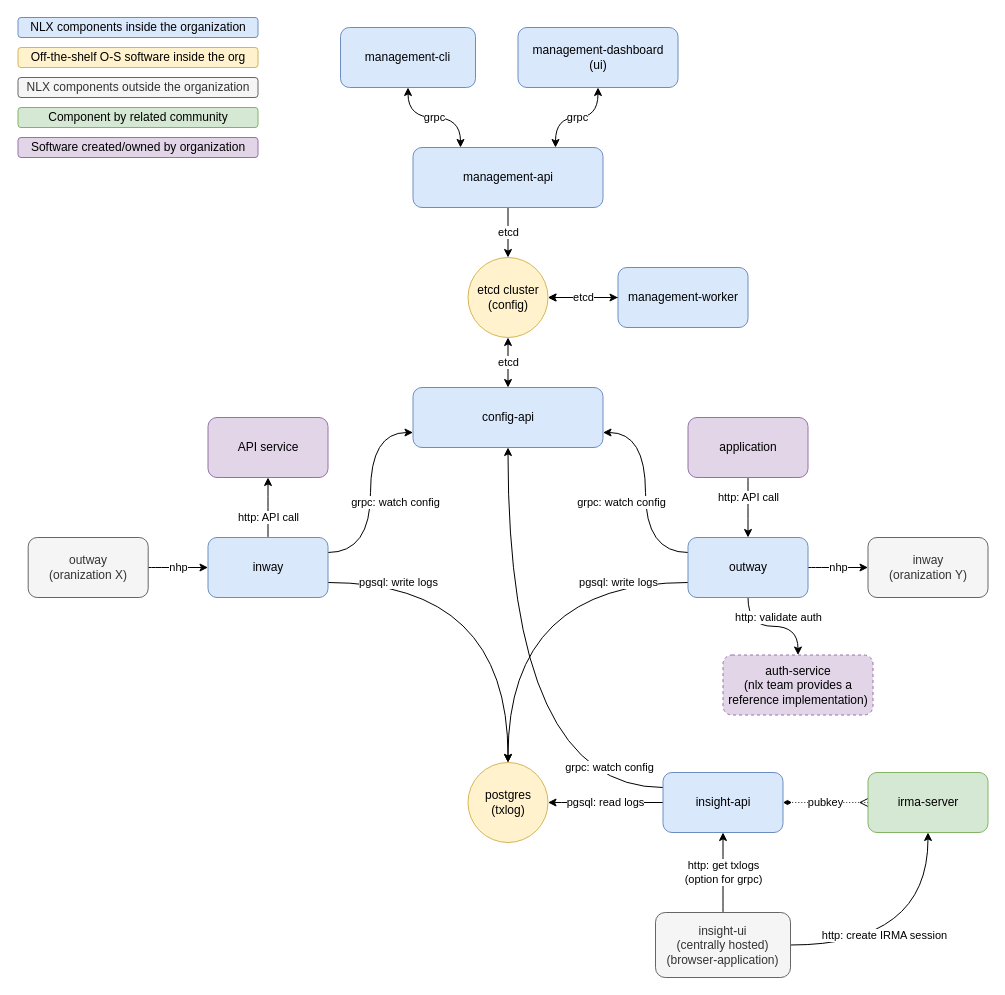
Earlier version of the draw.io diagram design/organization-overview.drawio (VNG-Realisatie/nlx). Source tidied: cells renumbered, new cells numbered last; positions are measured from the earlier drawing's top-left corner, leaving out a move shared by most shapes. Both pictures are drawn from the tidied source at 100%, with x=0, y=0 at pixel (18, 17).
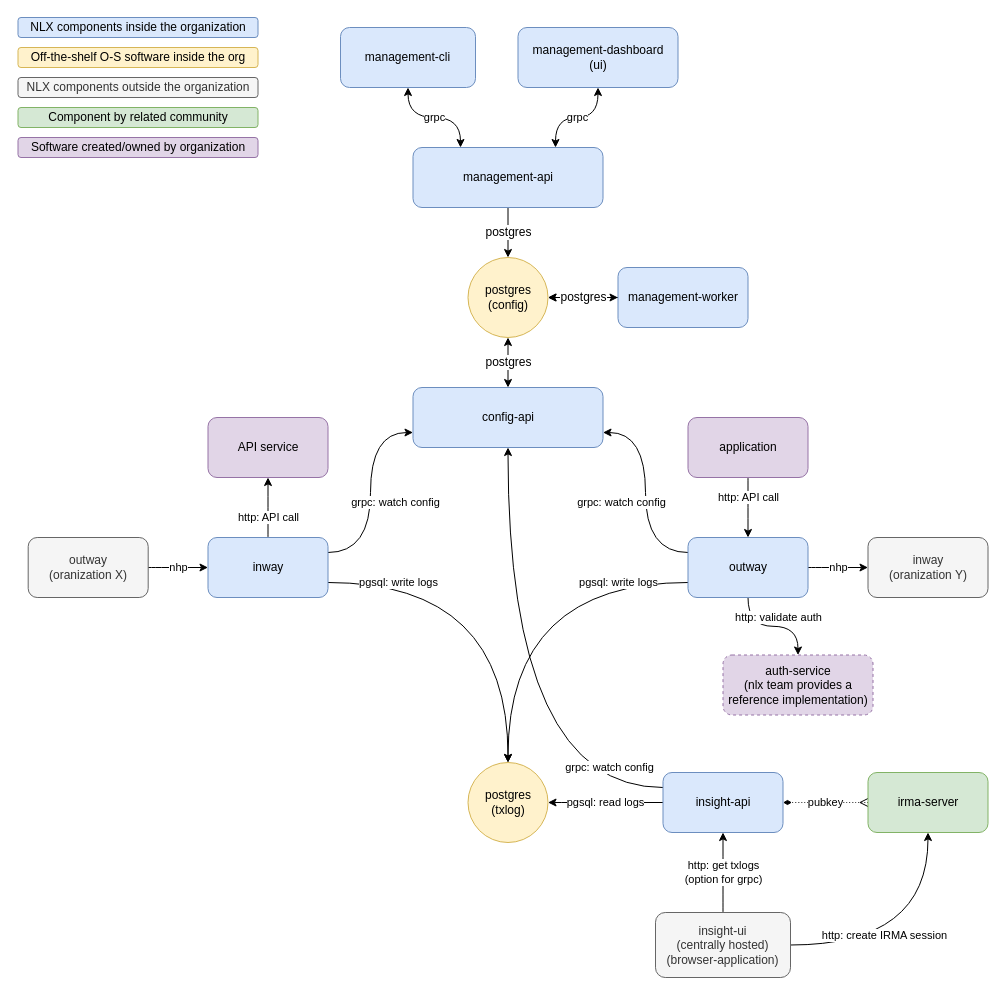
After the change.

The change refers to these unchanged cells:
```xml
<mxCell id="4" value="config-api" style="rounded=1;whiteSpace=wrap;html=1;fillColor=#dae8fc;strokeColor=#6c8ebf;" parent="1" vertex="1">
  <mxGeometry x="394.5" y="370" width="190" height="60" as="geometry" />
</mxCell>
<mxCell id="6" value="management-api" style="rounded=1;whiteSpace=wrap;html=1;fillColor=#dae8fc;strokeColor=#6c8ebf;" parent="1" vertex="1">
  <mxGeometry x="394.5" y="130" width="190" height="60" as="geometry" />
</mxCell>
<mxCell id="20" value="management-worker" style="rounded=1;whiteSpace=wrap;html=1;fillColor=#dae8fc;strokeColor=#6c8ebf;" parent="1" vertex="1">
  <mxGeometry x="599.5" y="250" width="130" height="60" as="geometry" />
</mxCell>
```

The edit, as a diff of the source:
```diff
@@
-    <mxCell id="5" value="etcd&lt;br&gt;" style="edgeStyle=orthogonalEdgeStyle;rounded=0;jettySize=auto;html=1;" parent="1" edge="1" source="6" target="8">
+    <mxCell id="5" value="&lt;span style=&quot;font-size: 12px&quot;&gt;postgres&lt;/span&gt;" style="edgeStyle=orthogonalEdgeStyle;rounded=0;jettySize=auto;html=1;" parent="1" edge="1" source="6" target="8">
       <mxGeometry relative="1" as="geometry" />
     </mxCell>
@@
-    <mxCell id="7" value="etcd" style="edgeStyle=orthogonalEdgeStyle;rounded=0;jettySize=auto;html=1;startArrow=classic;startFill=1;" parent="1" edge="1" source="8" target="4">
+    <mxCell id="7" value="&lt;span style=&quot;font-size: 12px&quot;&gt;postgres&lt;/span&gt;" style="edgeStyle=orthogonalEdgeStyle;rounded=0;jettySize=auto;html=1;startArrow=classic;startFill=1;" parent="1" edge="1" source="8" target="4">
       <mxGeometry relative="1" as="geometry" />
     </mxCell>
-    <mxCell id="8" value="etcd cluster&lt;br&gt;(config)&lt;br&gt;" style="ellipse;whiteSpace=wrap;html=1;rounded=1;fillColor=#fff2cc;strokeColor=#d6b656;" parent="1" vertex="1">
+    <mxCell id="8" value="postgres&lt;br&gt;(config)" style="ellipse;whiteSpace=wrap;html=1;rounded=1;fillColor=#fff2cc;strokeColor=#d6b656;" parent="1" vertex="1">
       <mxGeometry x="449.5" y="240" width="80" height="80" as="geometry" />
     </mxCell>
@@
-    <mxCell id="19" value="etcd" style="edgeStyle=orthogonalEdgeStyle;curved=1;rounded=0;jettySize=auto;html=1;startArrow=classic;startFill=1;" parent="1" edge="1" source="20" target="8">
+    <mxCell id="19" value="&lt;span style=&quot;font-size: 12px&quot;&gt;postgres&lt;/span&gt;" style="edgeStyle=orthogonalEdgeStyle;curved=1;rounded=0;jettySize=auto;html=1;startArrow=classic;startFill=1;" parent="1" edge="1" source="20" target="8">
       <mxGeometry relative="1" as="geometry" />
     </mxCell>
```
